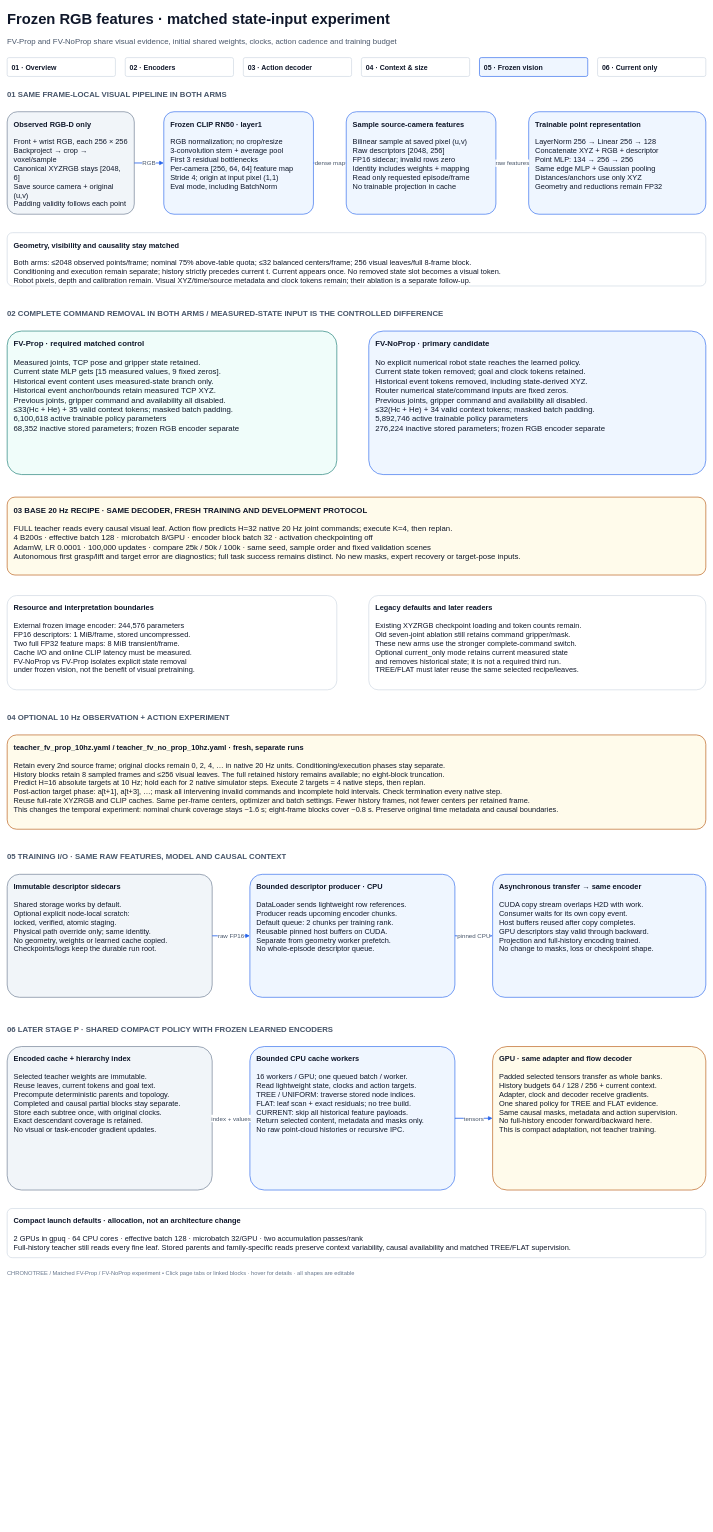
Above: page "05 · Frozen vision" (5 of 6) of docs/diagrams/teacher_architecture.drawio in Ricvalp/chronotree (draw.io), before the change. Source tidied: cells renumbered, new cells numbered last; positions are measured from the earlier drawing's top-left corner, leaving out a move shared by most shapes. Both pictures are drawn from the tidied source at 41%, with x=0, y=0 at pixel (7, 7).
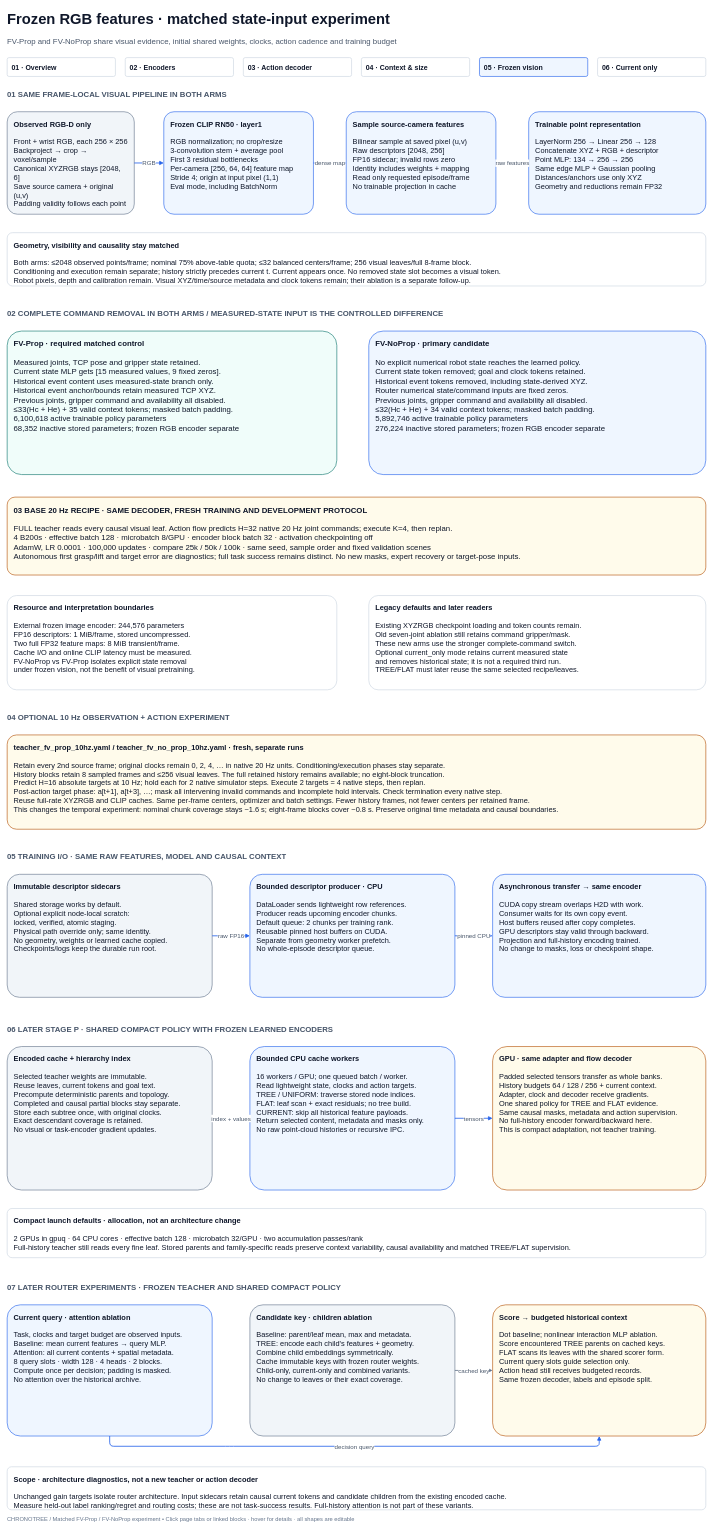
The same diagram, later.

Change to the diagram source:
```diff
@@
     <mxCell id="11" value="CHRONOTREE  /  Matched FV-Prop / FV-NoProp experiment     •     Click page tabs or linked blocks · hover for details · all shapes are editable" style="text;html=1;align=left;verticalAlign=middle;whiteSpace=wrap;overflow=hidden;fontFamily=Arial;fontSize=14;fontColor=#64748B;fontStyle=0;spacing=0;" parent="1" vertex="1">
-      <mxGeometry y="3072" width="1690" height="30" as="geometry" />
+      <mxGeometry y="3672" width="1690" height="30" as="geometry" />
     </mxCell>
@@
+    <mxCell id="42" value="07  LATER ROUTER EXPERIMENTS · FROZEN TEACHER AND SHARED COMPACT POLICY" style="text;html=1;align=left;verticalAlign=middle;whiteSpace=wrap;overflow=hidden;fontFamily=Arial;fontSize=19;fontColor=#475569;fontStyle=1;spacing=0;" parent="1" vertex="1">
+      <mxGeometry y="3105" width="1704" height="35" as="geometry" />
+    </mxCell>
+    <mxCell id="43" value="&lt;b&gt;Current query · attention ablation&lt;/b&gt;&lt;br&gt;&lt;br&gt;Task, clocks and target budget are observed inputs.&lt;br&gt;Baseline: mean current features → query MLP.&lt;br&gt;Attention: all current contents + spatial metadata.&lt;br&gt;8 query slots · width 128 · 4 heads · 2 blocks.&lt;br&gt;Compute once per decision; padding is masked.&lt;br&gt;No attention over the historical archive." style="rounded=1;arcSize=10;whiteSpace=wrap;html=1;fillColor=#EFF6FF;strokeColor=#2563EB;strokeWidth=1.5;align=left;verticalAlign=top;spacing=16;fontFamily=Arial;fontSize=18;fontColor=#0F172A;shadow=0;" parent="1" vertex="1">
+      <mxGeometry y="3165" width="500" height="320" as="geometry" />
+    </mxCell>
+    <mxCell id="44" value="&lt;b&gt;Candidate key · children ablation&lt;/b&gt;&lt;br&gt;&lt;br&gt;Baseline: parent/leaf mean, max and metadata.&lt;br&gt;TREE: encode each child&amp;#x27;s features + geometry.&lt;br&gt;Combine child embeddings symmetrically.&lt;br&gt;Cache immutable keys with frozen router weights.&lt;br&gt;Child-only, current-only and combined variants.&lt;br&gt;No change to leaves or their exact coverage." style="rounded=1;arcSize=10;whiteSpace=wrap;html=1;fillColor=#F1F5F9;strokeColor=#64748B;strokeWidth=1.5;align=left;verticalAlign=top;spacing=16;fontFamily=Arial;fontSize=18;fontColor=#0F172A;shadow=0;" parent="1" vertex="1">
+      <mxGeometry x="592" y="3165" width="500" height="320" as="geometry" />
+    </mxCell>
+    <mxCell id="45" value="&lt;b&gt;Score → budgeted historical context&lt;/b&gt;&lt;br&gt;&lt;br&gt;Dot baseline; nonlinear interaction MLP ablation.&lt;br&gt;Score encountered TREE parents on cached keys.&lt;br&gt;FLAT scans its leaves with the shared scorer form.&lt;br&gt;Current query slots guide selection only.&lt;br&gt;Action head still receives budgeted records.&lt;br&gt;Same frozen decoder, labels and episode split." style="rounded=1;arcSize=10;whiteSpace=wrap;html=1;fillColor=#FFFBEB;strokeColor=#B45309;strokeWidth=1.5;align=left;verticalAlign=top;spacing=16;fontFamily=Arial;fontSize=18;fontColor=#0F172A;shadow=0;" parent="1" vertex="1">
+      <mxGeometry x="1184" y="3165" width="520" height="320" as="geometry" />
+    </mxCell>
+    <mxCell id="46" value="decision query" style="edgeStyle=orthogonalEdgeStyle;rounded=1;jettySize=auto;html=1;endArrow=block;endFill=1;strokeColor=#2563EB;strokeWidth=2;fontFamily=Arial;fontSize=15;fontColor=#475569;labelBackgroundColor=#FFFFFF;" parent="1" edge="1" source="43" target="45">
+      <mxGeometry relative="1" as="geometry">
+        <Array as="points">
+          <mxPoint x="542" y="3510" />
+          <mxPoint x="1142" y="3510" />
+        </Array>
+      </mxGeometry>
+    </mxCell>
+    <mxCell id="47" value="cached key" style="edgeStyle=orthogonalEdgeStyle;rounded=1;jettySize=auto;html=1;endArrow=block;endFill=1;strokeColor=#64748B;strokeWidth=2;fontFamily=Arial;fontSize=15;fontColor=#475569;labelBackgroundColor=#FFFFFF;" parent="1" edge="1" source="44" target="45">
+      <mxGeometry relative="1" as="geometry" />
+    </mxCell>
+    <mxCell id="48" value="&lt;b&gt;Scope · architecture diagnostics, not a new teacher or action decoder&lt;/b&gt;&lt;br&gt;&lt;br&gt;Unchanged gain targets isolate router architecture. Input sidecars retain causal current tokens and candidate children from the existing encoded cache.&lt;br&gt;Measure held-out label ranking/regret and routing costs; these are not task-success results. Full-history attention is not part of these variants." style="rounded=1;arcSize=10;whiteSpace=wrap;html=1;fillColor=#FFFFFF;strokeColor=#CBD5E1;strokeWidth=1.5;align=left;verticalAlign=top;spacing=16;fontFamily=Arial;fontSize=18;fontColor=#0F172A;shadow=0;" parent="1" vertex="1">
+      <mxGeometry y="3560" width="1704" height="105" as="geometry" />
+    </mxCell>
```
